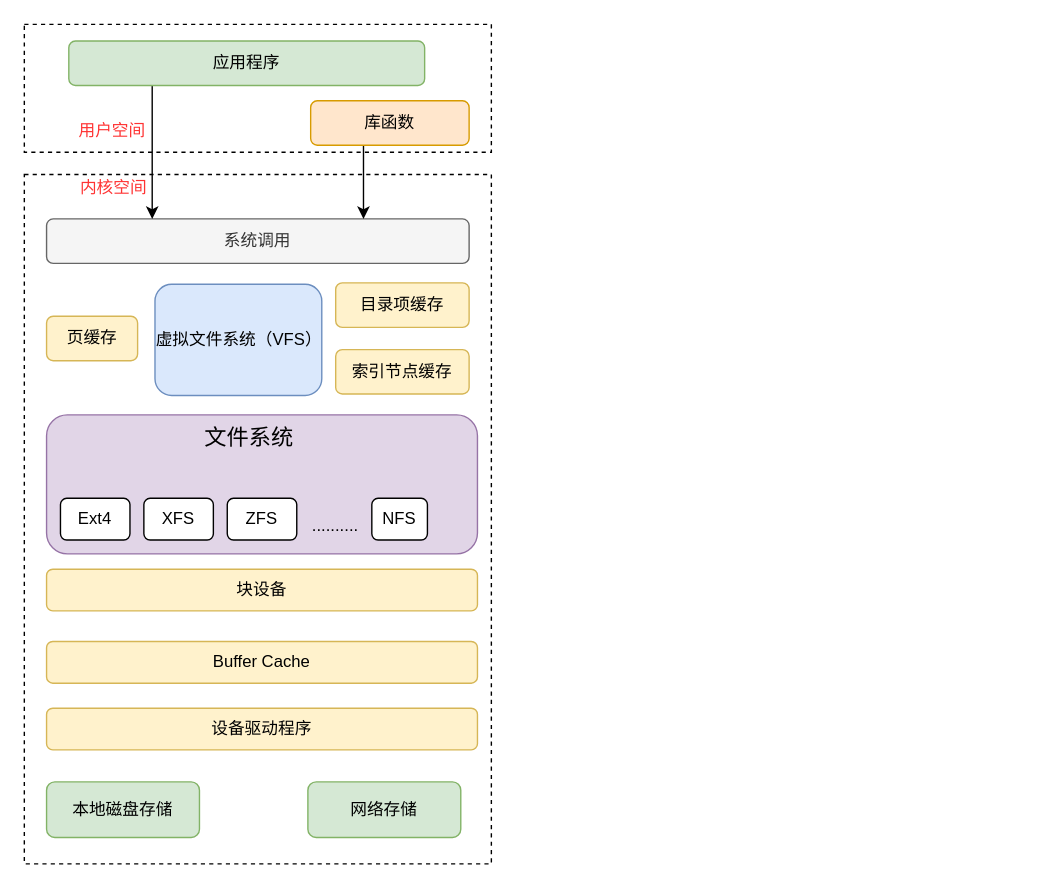
The draw.io diagram filesystem.drawio in shirdey/Document, before the edit. Source tidied: cells renumbered, new cells numbered last; positions are measured from the earlier drawing's top-left corner, leaving out a move shared by most shapes. Both pictures are drawn from the tidied source at 139%, with x=0, y=0 at pixel (24, 24).
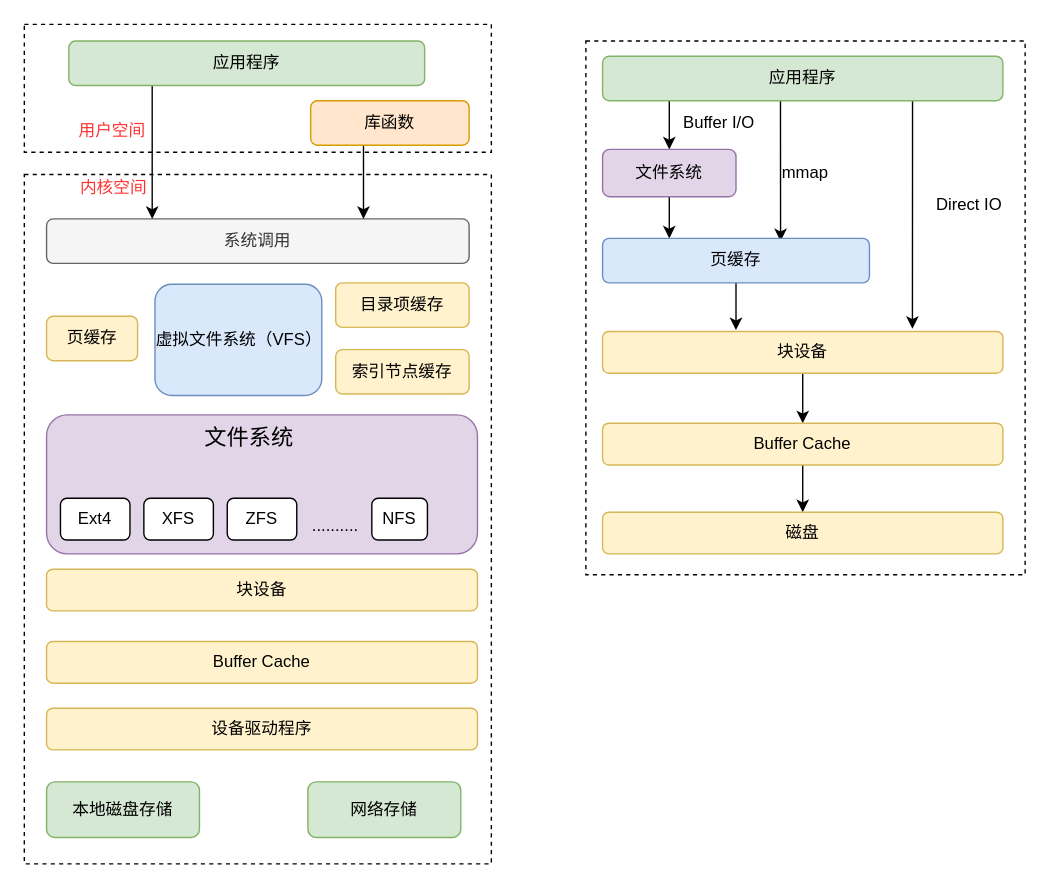
The same page after the edit.

Change to the diagram source:
```diff
@@
+    <mxCell id="27" style="rounded=0;whiteSpace=wrap;html=1;dashed=1;" parent="1" vertex="1">
+      <mxGeometry x="404" y="12" width="316" height="384" as="geometry" />
+    </mxCell>
@@
+    <mxCell id="28" style="edgeStyle=orthogonalEdgeStyle;rounded=0;jettySize=auto;html=1;" parent="1" edge="1" source="31" target="33">
+      <mxGeometry relative="1" as="geometry">
+        <Array as="points">
+          <mxPoint x="464" y="75" />
+          <mxPoint x="464" y="75" />
+        </Array>
+      </mxGeometry>
+    </mxCell>
+    <mxCell id="29" style="edgeStyle=orthogonalEdgeStyle;rounded=0;jettySize=auto;html=1;entryX=0.667;entryY=0.063;entryDx=0;entryDy=0;entryPerimeter=0;" parent="1" edge="1" source="31" target="35">
+      <mxGeometry relative="1" as="geometry">
+        <Array as="points">
+          <mxPoint x="544" y="76" />
+          <mxPoint x="544" y="76" />
+        </Array>
+      </mxGeometry>
+    </mxCell>
+    <mxCell id="30" style="edgeStyle=orthogonalEdgeStyle;rounded=0;jettySize=auto;html=1;entryX=0.774;entryY=-0.067;entryDx=0;entryDy=0;entryPerimeter=0;" parent="1" edge="1" source="31" target="37">
+      <mxGeometry relative="1" as="geometry">
+        <Array as="points">
+          <mxPoint x="639" y="92" />
+          <mxPoint x="639" y="92" />
+        </Array>
+      </mxGeometry>
+    </mxCell>
+    <mxCell id="31" value="应用程序" style="rounded=1;whiteSpace=wrap;html=1;fontSize=12;fillColor=#d5e8d4;strokeColor=#82b366;" parent="1" vertex="1">
+      <mxGeometry x="416" y="23" width="288" height="32" as="geometry" />
+    </mxCell>
+    <mxCell id="32" style="edgeStyle=orthogonalEdgeStyle;rounded=0;jettySize=auto;html=1;entryX=0.25;entryY=0;entryDx=0;entryDy=0;" parent="1" edge="1" source="33" target="35">
+      <mxGeometry relative="1" as="geometry" />
+    </mxCell>
+    <mxCell id="33" value="文件系统" style="rounded=1;whiteSpace=wrap;html=1;fillColor=#e1d5e7;strokeColor=#9673a6;" parent="1" vertex="1">
+      <mxGeometry x="416" y="90" width="96" height="34" as="geometry" />
+    </mxCell>
+    <mxCell id="34" style="edgeStyle=orthogonalEdgeStyle;rounded=0;jettySize=auto;html=1;" parent="1" edge="1" source="35">
+      <mxGeometry relative="1" as="geometry">
+        <mxPoint x="512" y="220" as="targetPoint" />
+      </mxGeometry>
+    </mxCell>
+    <mxCell id="35" value="页缓存" style="rounded=1;whiteSpace=wrap;html=1;fontSize=12;fillColor=#dae8fc;strokeColor=#6c8ebf;" parent="1" vertex="1">
+      <mxGeometry x="416" y="154" width="192" height="32" as="geometry" />
+    </mxCell>
+    <mxCell id="36" style="edgeStyle=orthogonalEdgeStyle;rounded=0;jettySize=auto;html=1;" parent="1" edge="1" source="37" target="39">
+      <mxGeometry relative="1" as="geometry" />
+    </mxCell>
+    <mxCell id="37" value="块设备" style="rounded=1;whiteSpace=wrap;html=1;fillColor=#fff2cc;strokeColor=#d6b656;" parent="1" vertex="1">
+      <mxGeometry x="416" y="221" width="288" height="30" as="geometry" />
+    </mxCell>
+    <mxCell id="38" style="edgeStyle=orthogonalEdgeStyle;rounded=0;jettySize=auto;html=1;entryX=0.5;entryY=0;entryDx=0;entryDy=0;" parent="1" edge="1" source="39" target="40">
+      <mxGeometry relative="1" as="geometry" />
+    </mxCell>
+    <mxCell id="39" value="Buffer Cache" style="rounded=1;whiteSpace=wrap;html=1;fillColor=#fff2cc;strokeColor=#d6b656;" parent="1" vertex="1">
+      <mxGeometry x="416" y="287" width="288" height="30" as="geometry" />
+    </mxCell>
+    <mxCell id="40" value="磁盘" style="rounded=1;whiteSpace=wrap;html=1;fillColor=#fff2cc;strokeColor=#d6b656;" parent="1" vertex="1">
+      <mxGeometry x="416" y="351" width="288" height="30" as="geometry" />
+    </mxCell>
+    <mxCell id="41" value="Buffer I/O" style="text;html=1;strokeColor=none;fillColor=none;align=center;verticalAlign=middle;whiteSpace=wrap;rounded=0;dashed=1;" parent="1" vertex="1">
+      <mxGeometry x="472" y="61" width="56" height="20" as="geometry" />
+    </mxCell>
+    <mxCell id="42" value="mmap" style="text;html=1;strokeColor=none;fillColor=none;align=center;verticalAlign=middle;whiteSpace=wrap;rounded=0;dashed=1;" parent="1" vertex="1">
+      <mxGeometry x="542" y="97" width="40" height="20" as="geometry" />
+    </mxCell>
+    <mxCell id="43" value="Direct IO" style="text;html=1;strokeColor=none;fillColor=none;align=center;verticalAlign=middle;whiteSpace=wrap;rounded=0;dashed=1;" parent="1" vertex="1">
+      <mxGeometry x="640" y="120" width="80" height="20" as="geometry" />
+    </mxCell>
```
